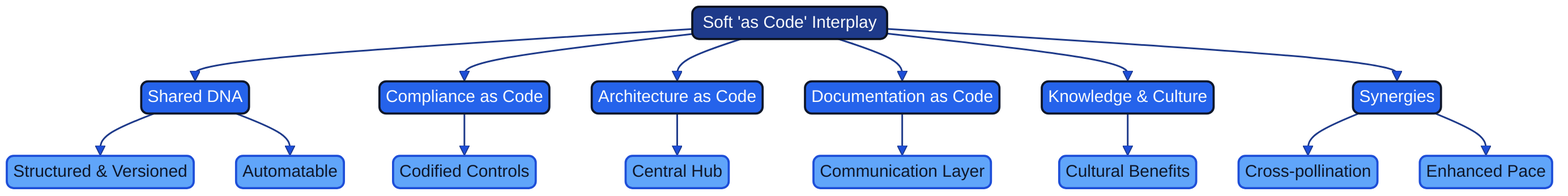
This is docs/images/mindmap_23_soft_as_code.png from Geonitab/architecture_as_code, a Mermaid export, as it was before one commit. Its source is kept beside it as docs/images/mindmap_23_soft_as_code.mmd. The source it was exported from:
```mermaid
graph TD
    ROOT(["Soft 'as Code' Interplay"]):::geon-primary
    ROOT --> SD["Shared DNA"]:::geon-accent
    ROOT --> CC["Compliance as Code"]:::geon-accent
    ROOT --> AAC["Architecture as Code"]:::geon-accent
    ROOT --> DAC["Documentation as Code"]:::geon-accent
    ROOT --> KC["Knowledge & Culture"]:::geon-accent
    ROOT --> SYN["Synergies"]:::geon-accent
    SD --> SD1["Structured & Versioned"]:::geon-highlight
    SD --> SD2["Automatable"]:::geon-highlight
    CC --> CC1["Codified Controls"]:::geon-highlight
    AAC --> AAC1["Central Hub"]:::geon-highlight
    DAC --> DAC1["Communication Layer"]:::geon-highlight
    KC --> KC1["Cultural Benefits"]:::geon-highlight
    SYN --> SYN1["Cross-pollination"]:::geon-highlight
    SYN --> SYN2["Enhanced Pace"]:::geon-highlight
```
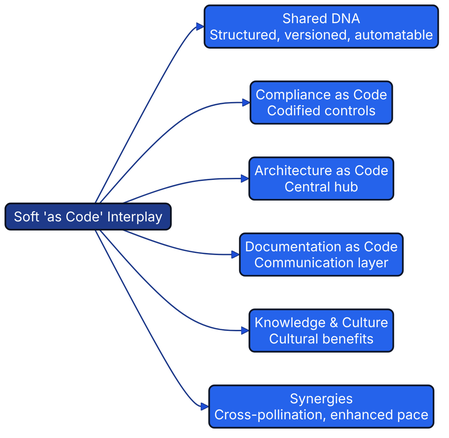
After the change.

The edit, as a diff of the source:
```diff
@@ -1,16 +1,14 @@
-graph TD
+flowchart LR
     ROOT(["Soft 'as Code' Interplay"]):::geon-primary
-    ROOT --> SD["Shared DNA"]:::geon-accent
-    ROOT --> CC["Compliance as Code"]:::geon-accent
-    ROOT --> AAC["Architecture as Code"]:::geon-accent
-    ROOT --> DAC["Documentation as Code"]:::geon-accent
-    ROOT --> KC["Knowledge & Culture"]:::geon-accent
-    ROOT --> SYN["Synergies"]:::geon-accent
-    SD --> SD1["Structured & Versioned"]:::geon-highlight
-    SD --> SD2["Automatable"]:::geon-highlight
-    CC --> CC1["Codified Controls"]:::geon-highlight
-    AAC --> AAC1["Central Hub"]:::geon-highlight
-    DAC --> DAC1["Communication Layer"]:::geon-highlight
-    KC --> KC1["Cultural Benefits"]:::geon-highlight
-    SYN --> SYN1["Cross-pollination"]:::geon-highlight
-    SYN --> SYN2["Enhanced Pace"]:::geon-highlight
+    SD["Shared DNA<br/>Structured, versioned, automatable"]:::geon-accent
+    CC["Compliance as Code<br/>Codified controls"]:::geon-accent
+    AAC["Architecture as Code<br/>Central hub"]:::geon-accent
+    DAC["Documentation as Code<br/>Communication layer"]:::geon-accent
+    KC["Knowledge & Culture<br/>Cultural benefits"]:::geon-accent
+    SYN["Synergies<br/>Cross-pollination, enhanced pace"]:::geon-accent
+    ROOT --> SD
+    ROOT --> CC
+    ROOT --> AAC
+    ROOT --> DAC
+    ROOT --> KC
+    ROOT --> SYN
```
